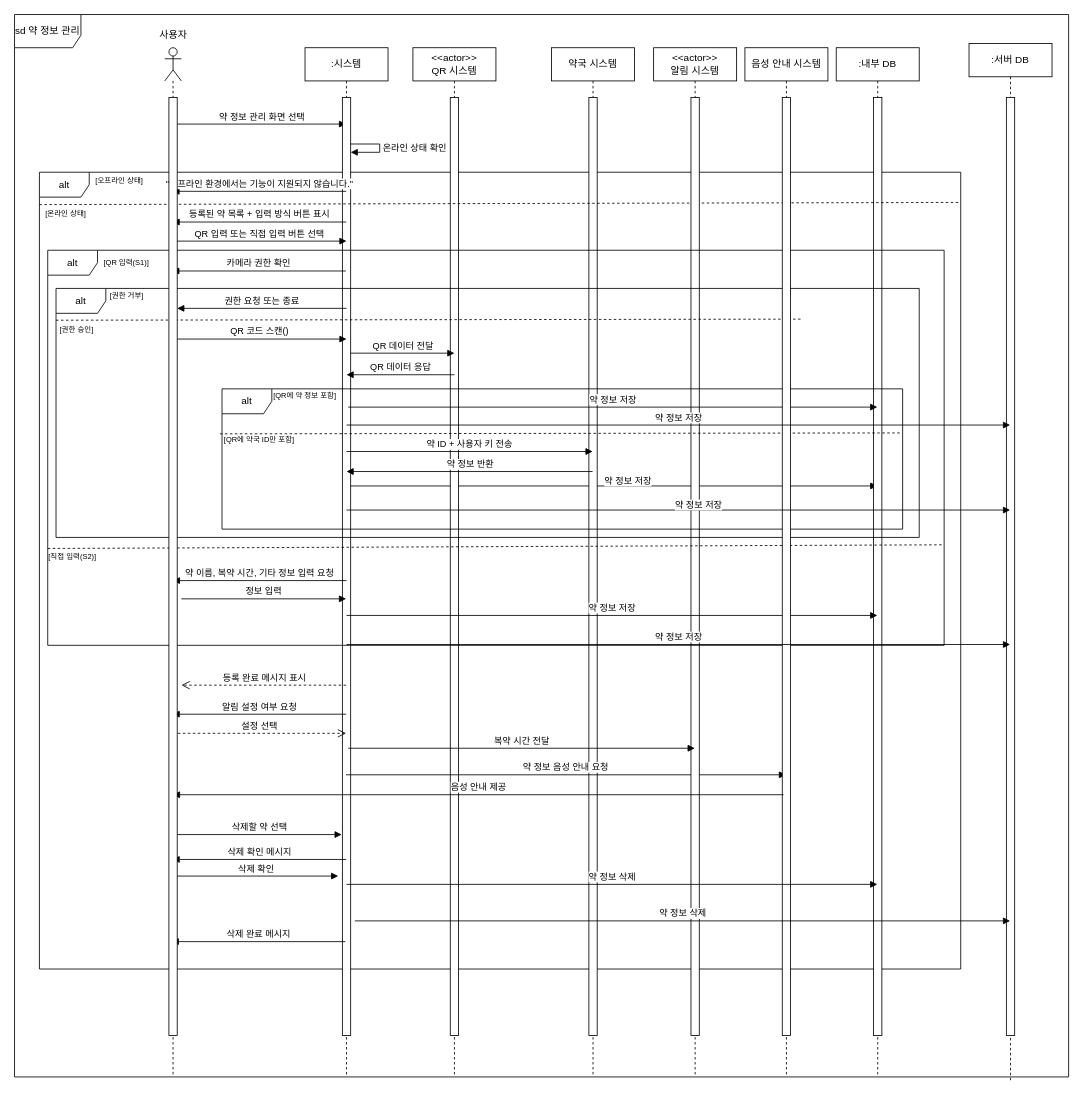
This is page "sd 약 정보 관리" (6 of 8) of sd.drawio from wnthsk/sejujun, a draw.io file, before an edit. Source tidied: cells renumbered, new cells numbered last; positions are measured from the earlier drawing's top-left corner, leaving out a move shared by most shapes. Both pictures are drawn from the tidied source at 83%, with x=0, y=0 at pixel (14, 14).
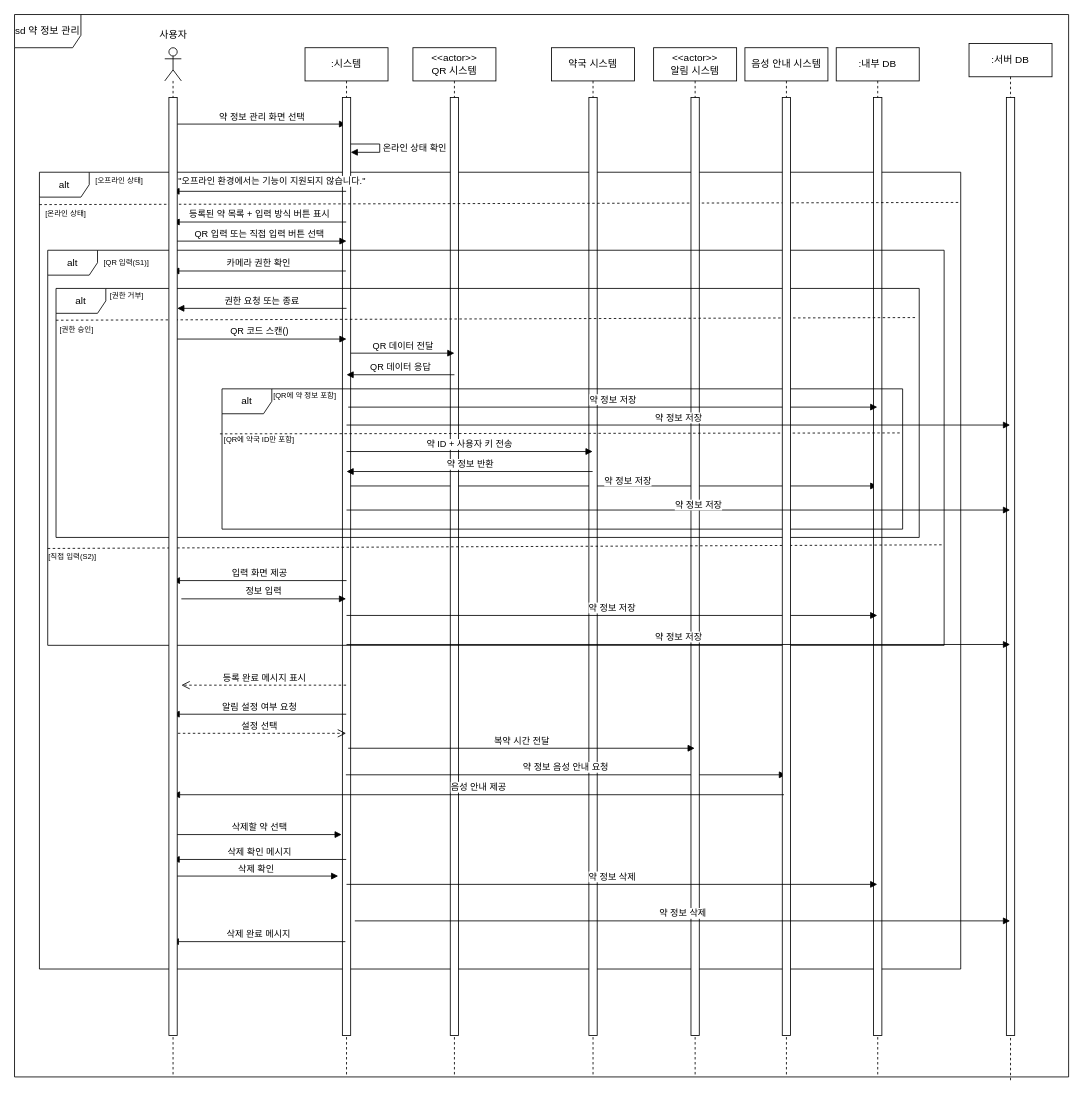
After the change.

The change refers to these unchanged cells:
```xml
<mxCell id="34" value="alt" style="shape=umlFrame;whiteSpace=wrap;html=1;" parent="1" vertex="1">
  <mxGeometry x="50" y="330" width="1040" height="300" as="geometry" />
</mxCell>
```

Change to the diagram source:
```diff
@@
     <mxCell id="33" value="&quot;오프라인 환경에서는 기능이 지원되지 않습니다.&quot;" style="html=1;verticalAlign=bottom;endArrow=block;curved=0;rounded=0;" parent="1" edge="1">
-      <mxGeometry relative="1" as="geometry">
+      <mxGeometry x="-0.14" y="-3" relative="1" as="geometry">
         <mxPoint x="399.5" y="213" as="sourcePoint" />
         <mxPoint x="190.2" y="213" as="targetPoint" />
       </mxGeometry>
     </mxCell>
@@
-    <mxCell id="37" style="endArrow=none;dashed=1;html=1;rounded=0;exitX=0.001;exitY=0.622;exitDx=0;exitDy=0;exitPerimeter=0;entryX=0.999;entryY=0.76;entryDx=0;entryDy=0;entryPerimeter=0;" parent="1" edge="1">
+    <mxCell id="37" style="endArrow=none;dashed=1;html=1;rounded=0;exitX=0.001;exitY=0.622;exitDx=0;exitDy=0;exitPerimeter=0;entryX=0.997;entryY=0.117;entryDx=0;entryDy=0;entryPerimeter=0;" parent="1" edge="1" target="34">
       <mxGeometry relative="1" as="geometry">
         <mxPoint x="50" y="368.3" as="sourcePoint" />
-        <mxPoint x="949.1" y="367" as="targetPoint" />
       </mxGeometry>
     </mxCell>
@@
-    <mxCell id="46" value="약 이름, 복약 시간, 기타 정보 입력 요청" style="html=1;verticalAlign=bottom;endArrow=block;curved=0;rounded=0;" parent="1" edge="1">
+    <mxCell id="46" value="입력 화면 제공" style="html=1;verticalAlign=bottom;endArrow=block;curved=0;rounded=0;" parent="1" edge="1">
       <mxGeometry relative="1" as="geometry">
         <mxPoint x="400" y="682" as="sourcePoint" />
         <mxPoint x="190.7" y="682" as="targetPoint" />
       </mxGeometry>
     </mxCell>
@@
     <mxCell id="55" value="음성 안내 제공" style="html=1;verticalAlign=bottom;endArrow=block;curved=0;rounded=0;" parent="1" edge="1">
       <mxGeometry relative="1" as="geometry">
-        <mxPoint x="926.5" y="940" as="sourcePoint" />
+        <mxPoint x="927" y="940" as="sourcePoint" />
         <mxPoint x="190.8" y="940" as="targetPoint" />
       </mxGeometry>
     </mxCell>
```
